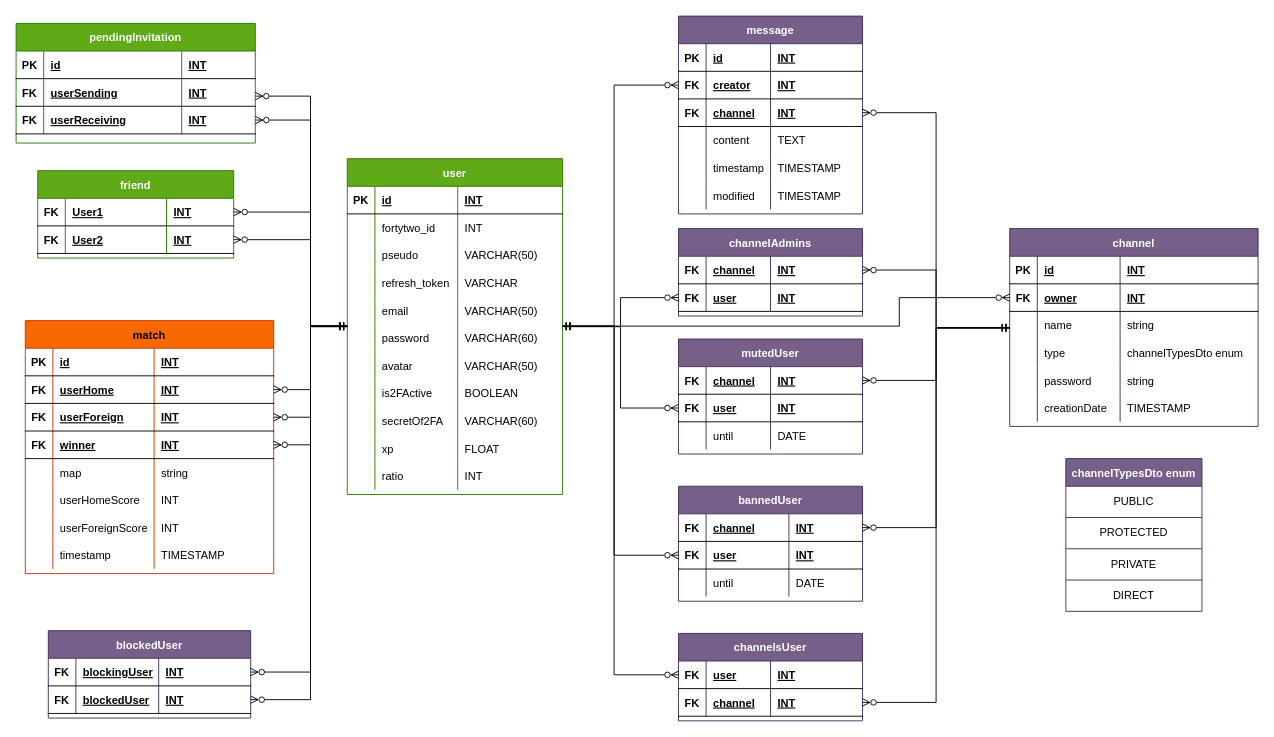
This is docs/database.drawio from frdescam/transcendence, a draw.io file, before an edit. Source tidied: cells renumbered, new cells numbered last; positions are measured from the earlier drawing's top-left corner, leaving out a move shared by most shapes. Both pictures are drawn from the tidied source at 92%, with x=0, y=0 at pixel (16, 16).
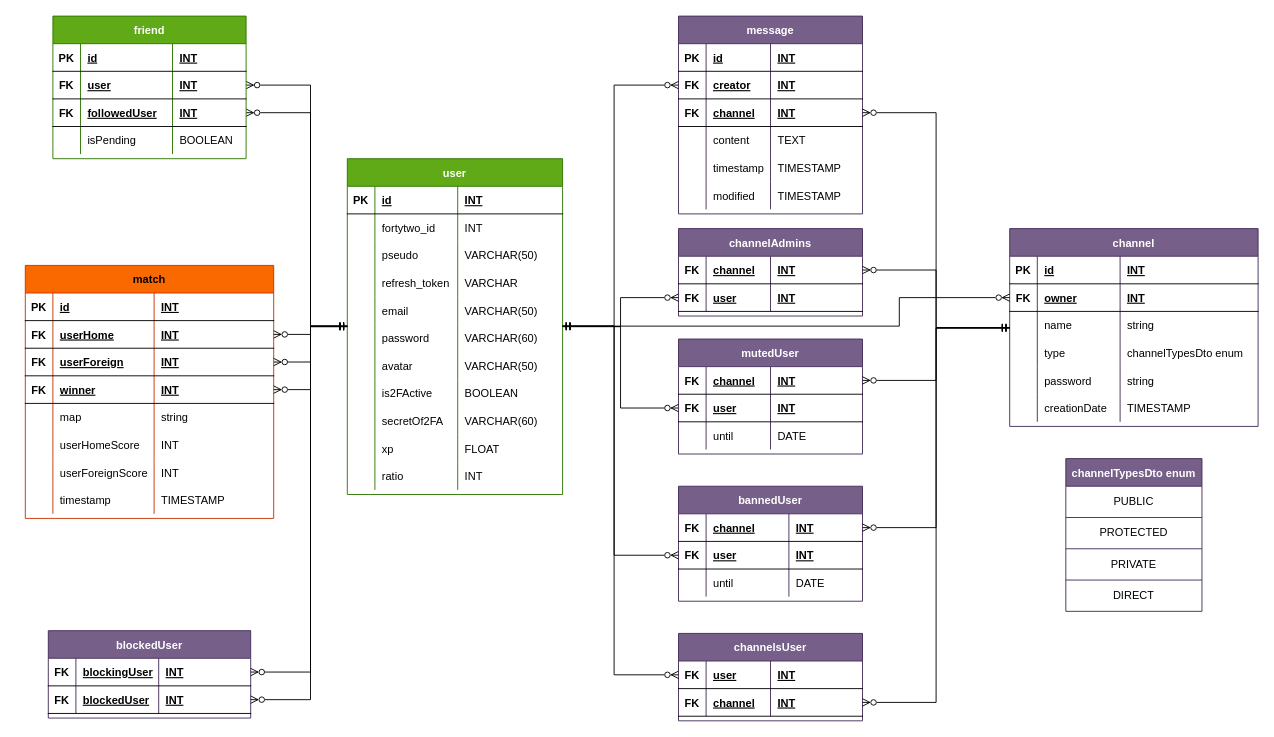
After the change.

Unchanged cells that the change refers to:
```xml
<mxCell id="2" value="user" style="shape=table;startSize=30;childLayout=tableLayout;rowLines=0;fontStyle=1;align=center;fillColor=#60a917;fontColor=#ffffff;strokeColor=#2D7600;rounded=0;" parent="1" vertex="1">
  <mxGeometry x="360" y="155" width="234" height="365" as="geometry" />
</mxCell>
```

Change to the diagram source:
```diff
@@
     <mxCell id="106" value="match" style="shape=table;startSize=30;childLayout=tableLayout;rowLines=0;fontStyle=1;align=center;fillColor=#fa6800;fontColor=#000000;strokeColor=#C73500;rounded=0;" parent="1" vertex="1">
-      <mxGeometry x="10" y="331" width="270" height="275" as="geometry" />
+      <mxGeometry x="10" y="271" width="270" height="275" as="geometry" />
     </mxCell>
@@
-    <mxCell id="148" value="friend" style="shape=table;startSize=30;childLayout=tableLayout;rowLines=0;fontStyle=1;align=center;fillColor=#60a917;fontColor=#ffffff;strokeColor=#2D7600;rounded=0;" parent="1" vertex="1">
-      <mxGeometry x="23.5" y="168" width="213" height="95" as="geometry" />
-    </mxCell>
-    <mxCell id="149" style="shape=partialRectangle;fillColor=none;top=0;left=0;bottom=1;right=0;points=[[0,0.5],[1,0.5]];portConstraint=eastwest;rounded=0;" parent="148" vertex="1">
-      <mxGeometry y="30" width="213" height="30" as="geometry" />
-    </mxCell>
-    <mxCell id="150" value="FK" style="shape=partialRectangle;fillColor=none;top=0;left=0;bottom=0;right=0;fontStyle=1;overflow=hidden;rounded=0;" parent="149" vertex="1">
-      <mxGeometry width="30" height="30" as="geometry" />
-    </mxCell>
-    <mxCell id="151" value="User1" style="shape=partialRectangle;fillColor=none;top=0;left=0;bottom=0;right=0;align=left;spacingLeft=6;fontStyle=5;overflow=hidden;rounded=0;" parent="149" vertex="1">
-      <mxGeometry x="30" width="110" height="30" as="geometry" />
-    </mxCell>
-    <mxCell id="152" value="INT" style="shape=partialRectangle;fillColor=none;top=0;left=0;bottom=0;right=0;align=left;spacingLeft=6;fontStyle=5;overflow=hidden;rounded=0;" parent="149" vertex="1">
-      <mxGeometry x="140" width="73" height="30" as="geometry" />
-    </mxCell>
-    <mxCell id="153" style="shape=partialRectangle;fillColor=none;top=0;left=0;bottom=1;right=0;points=[[0,0.5],[1,0.5]];portConstraint=eastwest;rounded=0;" parent="148" vertex="1">
-      <mxGeometry y="60" width="213" height="30" as="geometry" />
-    </mxCell>
-    <mxCell id="154" value="FK" style="shape=partialRectangle;fillColor=none;top=0;left=0;bottom=0;right=0;fontStyle=1;overflow=hidden;rounded=0;" parent="153" vertex="1">
-      <mxGeometry width="30" height="30" as="geometry" />
-    </mxCell>
-    <mxCell id="155" value="User2" style="shape=partialRectangle;fillColor=none;top=0;left=0;bottom=0;right=0;align=left;spacingLeft=6;fontStyle=5;overflow=hidden;rounded=0;" parent="153" vertex="1">
-      <mxGeometry x="30" width="110" height="30" as="geometry" />
-    </mxCell>
-    <mxCell id="156" value="INT" style="shape=partialRectangle;fillColor=none;top=0;left=0;bottom=0;right=0;align=left;spacingLeft=6;fontStyle=5;overflow=hidden;rounded=0;" parent="153" vertex="1">
-      <mxGeometry x="140" width="73" height="30" as="geometry" />
-    </mxCell>
@@
-    <mxCell id="192" value="pendingInvitation" style="shape=table;startSize=30;childLayout=tableLayout;rowLines=0;fontStyle=1;align=center;fillColor=#60a917;fontColor=#ffffff;strokeColor=#2D7600;rounded=0;" parent="1" vertex="1">
-      <mxGeometry y="8" width="260" height="130" as="geometry" />
-    </mxCell>
-    <mxCell id="193" style="shape=partialRectangle;fillColor=none;top=0;left=0;bottom=1;right=0;rounded=0;" parent="192" vertex="1">
-      <mxGeometry y="30" width="260" height="30" as="geometry" />
-    </mxCell>
-    <mxCell id="194" value="PK" style="shape=partialRectangle;fillColor=none;top=0;left=0;bottom=0;right=0;fontStyle=1;overflow=hidden;rounded=0;" parent="193" vertex="1">
-      <mxGeometry width="30" height="30" as="geometry" />
-    </mxCell>
-    <mxCell id="195" value="id" style="shape=partialRectangle;fillColor=none;top=0;left=0;bottom=0;right=0;align=left;spacingLeft=6;fontStyle=5;overflow=hidden;rounded=0;" parent="193" vertex="1">
-      <mxGeometry x="30" width="150" height="30" as="geometry" />
-    </mxCell>
-    <mxCell id="196" value="INT" style="shape=partialRectangle;fillColor=none;top=0;left=0;bottom=0;right=0;align=left;spacingLeft=6;fontStyle=5;overflow=hidden;rounded=0;" parent="193" vertex="1">
-      <mxGeometry x="180" width="80" height="30" as="geometry" />
-    </mxCell>
-    <mxCell id="197" style="shape=partialRectangle;fillColor=none;top=0;left=0;bottom=1;right=0;points=[[0,0.5],[1,0.5]];portConstraint=eastwest;rounded=0;" parent="192" vertex="1">
-      <mxGeometry y="60" width="260" height="30" as="geometry" />
-    </mxCell>
-    <mxCell id="198" value="FK" style="shape=partialRectangle;fillColor=none;top=0;left=0;bottom=0;right=0;fontStyle=1;overflow=hidden;rounded=0;" parent="197" vertex="1">
-      <mxGeometry width="30" height="30" as="geometry" />
-    </mxCell>
-    <mxCell id="199" value="userSending" style="shape=partialRectangle;fillColor=none;top=0;left=0;bottom=0;right=0;align=left;spacingLeft=6;fontStyle=5;overflow=hidden;rounded=0;" parent="197" vertex="1">
-      <mxGeometry x="30" width="150" height="30" as="geometry" />
-    </mxCell>
-    <mxCell id="200" value="INT" style="shape=partialRectangle;fillColor=none;top=0;left=0;bottom=0;right=0;align=left;spacingLeft=6;fontStyle=5;overflow=hidden;rounded=0;" parent="197" vertex="1">
-      <mxGeometry x="180" width="80" height="30" as="geometry" />
-    </mxCell>
-    <mxCell id="201" style="shape=partialRectangle;fillColor=none;top=0;left=0;bottom=1;right=0;points=[[0,0.5],[1,0.5]];portConstraint=eastwest;rounded=0;" parent="192" vertex="1">
-      <mxGeometry y="90" width="260" height="30" as="geometry" />
-    </mxCell>
-    <mxCell id="202" value="FK" style="shape=partialRectangle;fillColor=none;top=0;left=0;bottom=0;right=0;fontStyle=1;overflow=hidden;rounded=0;" parent="201" vertex="1">
-      <mxGeometry width="30" height="30" as="geometry" />
-    </mxCell>
-    <mxCell id="203" value="userReceiving" style="shape=partialRectangle;fillColor=none;top=0;left=0;bottom=0;right=0;align=left;spacingLeft=6;fontStyle=5;overflow=hidden;rounded=0;" parent="201" vertex="1">
-      <mxGeometry x="30" width="150" height="30" as="geometry" />
-    </mxCell>
-    <mxCell id="204" value="INT" style="shape=partialRectangle;fillColor=none;top=0;left=0;bottom=0;right=0;align=left;spacingLeft=6;fontStyle=5;overflow=hidden;rounded=0;" parent="201" vertex="1">
-      <mxGeometry x="180" width="80" height="30" as="geometry" />
-    </mxCell>
-    <mxCell id="205" style="edgeStyle=orthogonalEdgeStyle;jettySize=auto;html=1;startArrow=ERzeroToMany;startFill=0;endArrow=ERmandOne;endFill=0;rounded=0;" parent="1" edge="1" source="197" target="2">
-      <mxGeometry relative="1" as="geometry">
-        <Array as="points">
-          <mxPoint x="320" y="87" />
-          <mxPoint x="320" y="337" />
-        </Array>
-      </mxGeometry>
-    </mxCell>
-    <mxCell id="206" style="edgeStyle=orthogonalEdgeStyle;rounded=0;jettySize=auto;html=1;startArrow=ERzeroToMany;startFill=0;endArrow=ERmandOne;endFill=0;" parent="1" edge="1" source="201" target="2">
-      <mxGeometry relative="1" as="geometry">
-        <Array as="points">
-          <mxPoint x="320" y="113" />
-          <mxPoint x="320" y="337" />
-        </Array>
-      </mxGeometry>
-    </mxCell>
@@
-    <mxCell id="209" style="edgeStyle=orthogonalEdgeStyle;rounded=0;jettySize=auto;html=1;exitX=1;exitY=0.5;exitDx=0;exitDy=0;startArrow=ERzeroToMany;startFill=0;endArrow=ERmandOne;endFill=0;" parent="1" edge="1" source="149" target="2">
+    <mxCell id="209" style="edgeStyle=orthogonalEdgeStyle;rounded=0;jettySize=auto;html=1;startArrow=ERzeroToMany;startFill=0;endArrow=ERmandOne;endFill=0;" parent="1" edge="1" source="236" target="2">
       <mxGeometry relative="1" as="geometry">
         <Array as="points">
-          <mxPoint x="320" y="213" />
+          <mxPoint x="320" y="75" />
           <mxPoint x="320" y="337" />
         </Array>
       </mxGeometry>
     </mxCell>
-    <mxCell id="210" style="edgeStyle=orthogonalEdgeStyle;rounded=0;jettySize=auto;html=1;exitX=1;exitY=0.5;exitDx=0;exitDy=0;startArrow=ERzeroToMany;startFill=0;endArrow=ERmandOne;endFill=0;" parent="1" edge="1" source="153" target="2">
+    <mxCell id="210" style="edgeStyle=orthogonalEdgeStyle;rounded=0;jettySize=auto;html=1;startArrow=ERzeroToMany;startFill=0;endArrow=ERmandOne;endFill=0;" parent="1" edge="1" source="240" target="2">
       <mxGeometry relative="1" as="geometry">
         <Array as="points">
-          <mxPoint x="320" y="243" />
+          <mxPoint x="320" y="105" />
           <mxPoint x="320" y="337" />
         </Array>
       </mxGeometry>
     </mxCell>
@@
+    <mxCell id="148" value="friend" style="shape=table;startSize=30;childLayout=tableLayout;rowLines=0;fontStyle=1;align=center;fillColor=#60a917;fontColor=#ffffff;strokeColor=#2D7600;rounded=0;" parent="1" vertex="1">
+      <mxGeometry x="40" width="210" height="155" as="geometry" />
+    </mxCell>
+    <mxCell id="234" style="shape=partialRectangle;fillColor=none;top=0;left=0;bottom=1;right=0;rounded=0;" parent="148" vertex="1">
+      <mxGeometry y="30" width="210" height="30" as="geometry" />
+    </mxCell>
+    <mxCell id="194" value="PK" style="shape=partialRectangle;fillColor=none;top=0;left=0;bottom=0;right=0;fontStyle=1;overflow=hidden;rounded=0;" parent="234" vertex="1">
+      <mxGeometry width="30" height="30" as="geometry" />
+    </mxCell>
+    <mxCell id="195" value="id" style="shape=partialRectangle;fillColor=none;top=0;left=0;bottom=0;right=0;align=left;spacingLeft=6;fontStyle=5;overflow=hidden;rounded=0;" parent="234" vertex="1">
+      <mxGeometry x="30" width="100" height="30" as="geometry" />
+    </mxCell>
+    <mxCell id="235" value="INT" style="shape=partialRectangle;fillColor=none;top=0;left=0;bottom=0;right=0;align=left;spacingLeft=6;fontStyle=5;overflow=hidden;rounded=0;" parent="234" vertex="1">
+      <mxGeometry x="130" width="80" height="30" as="geometry" />
+    </mxCell>
+    <mxCell id="236" style="shape=partialRectangle;fillColor=none;top=0;left=0;bottom=1;right=0;points=[[0,0.5],[1,0.5]];portConstraint=eastwest;rounded=0;" parent="148" vertex="1">
+      <mxGeometry y="60" width="210" height="30" as="geometry" />
+    </mxCell>
+    <mxCell id="237" value="FK" style="shape=partialRectangle;fillColor=none;top=0;left=0;bottom=0;right=0;fontStyle=1;overflow=hidden;rounded=0;" parent="236" vertex="1">
+      <mxGeometry width="30" height="30" as="geometry" />
+    </mxCell>
+    <mxCell id="238" value="user" style="shape=partialRectangle;fillColor=none;top=0;left=0;bottom=0;right=0;align=left;spacingLeft=6;fontStyle=5;overflow=hidden;rounded=0;" parent="236" vertex="1">
+      <mxGeometry x="30" width="100" height="30" as="geometry" />
+    </mxCell>
+    <mxCell id="239" value="INT" style="shape=partialRectangle;fillColor=none;top=0;left=0;bottom=0;right=0;align=left;spacingLeft=6;fontStyle=5;overflow=hidden;rounded=0;" parent="236" vertex="1">
+      <mxGeometry x="130" width="80" height="30" as="geometry" />
+    </mxCell>
+    <mxCell id="240" style="shape=partialRectangle;fillColor=none;top=0;left=0;bottom=1;right=0;points=[[0,0.5],[1,0.5]];portConstraint=eastwest;rounded=0;" parent="148" vertex="1">
+      <mxGeometry y="90" width="210" height="30" as="geometry" />
+    </mxCell>
+    <mxCell id="241" value="FK" style="shape=partialRectangle;fillColor=none;top=0;left=0;bottom=0;right=0;fontStyle=1;overflow=hidden;rounded=0;" parent="240" vertex="1">
+      <mxGeometry width="30" height="30" as="geometry" />
+    </mxCell>
+    <mxCell id="242" value="followedUser" style="shape=partialRectangle;fillColor=none;top=0;left=0;bottom=0;right=0;align=left;spacingLeft=6;fontStyle=5;overflow=hidden;rounded=0;" parent="240" vertex="1">
+      <mxGeometry x="30" width="100" height="30" as="geometry" />
+    </mxCell>
+    <mxCell id="243" value="INT" style="shape=partialRectangle;fillColor=none;top=0;left=0;bottom=0;right=0;align=left;spacingLeft=6;fontStyle=5;overflow=hidden;rounded=0;" parent="240" vertex="1">
+      <mxGeometry x="130" width="80" height="30" as="geometry" />
+    </mxCell>
+    <mxCell id="244" style="shape=partialRectangle;fillColor=none;top=0;left=0;bottom=0;right=0;rounded=0;" parent="148" vertex="1">
+      <mxGeometry y="120" width="210" height="30" as="geometry" />
+    </mxCell>
+    <mxCell id="245" style="shape=partialRectangle;fillColor=none;top=0;left=0;bottom=0;right=0;overflow=hidden;rounded=0;" parent="244" vertex="1">
+      <mxGeometry width="30" height="30" as="geometry" />
+    </mxCell>
+    <mxCell id="246" value="isPending" style="shape=partialRectangle;fillColor=none;top=0;left=0;bottom=0;right=0;align=left;spacingLeft=6;overflow=hidden;rounded=0;" parent="244" vertex="1">
+      <mxGeometry x="30" width="100" height="30" as="geometry" />
+    </mxCell>
+    <mxCell id="247" value="BOOLEAN" style="shape=partialRectangle;fillColor=none;top=0;left=0;bottom=0;right=0;align=left;spacingLeft=6;overflow=hidden;rounded=0;" parent="244" vertex="1">
+      <mxGeometry x="130" width="80" height="30" as="geometry" />
+    </mxCell>
```
